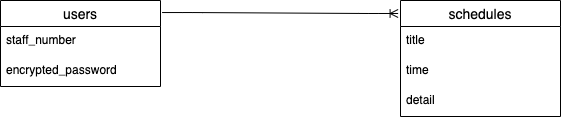
Before: er.png, a diagram exported from draw.io (tdjn6034/bs_app). Source tidied: cells renumbered, new cells last; positions are measured from the earlier drawing's top-left corner, leaving out a move shared by most shapes. Source of this version:
```xml
<mxGraphModel>
  <root>
    <mxCell id="0" />
    <mxCell id="1" parent="0" />
    <mxCell id="2" value="users" style="swimlane;fontStyle=0;horizontal=1;startSize=26;align=center;fontSize=14;" parent="1" vertex="1">
      <mxGeometry width="160" height="86" as="geometry" />
    </mxCell>
    <mxCell id="3" value="staff_number" style="text;strokeColor=none;fillColor=none;spacingLeft=4;spacingRight=4;overflow=hidden;fontSize=12;" parent="2" vertex="1">
      <mxGeometry y="26" width="160" height="30" as="geometry" />
    </mxCell>
    <mxCell id="4" value="encrypted_password" style="text;strokeColor=none;fillColor=none;spacingLeft=4;spacingRight=4;overflow=hidden;fontSize=12;" parent="2" vertex="1">
      <mxGeometry y="56" width="160" height="30" as="geometry" />
    </mxCell>
    <mxCell id="5" value="schedules" style="swimlane;fontStyle=0;horizontal=1;startSize=26;align=center;fontSize=14;" parent="1" vertex="1">
      <mxGeometry x="400" width="160" height="116" as="geometry" />
    </mxCell>
    <mxCell id="6" value="title" style="text;strokeColor=none;fillColor=none;spacingLeft=4;spacingRight=4;overflow=hidden;fontSize=12;" parent="5" vertex="1">
      <mxGeometry y="26" width="160" height="30" as="geometry" />
    </mxCell>
    <mxCell id="7" value="time" style="text;strokeColor=none;fillColor=none;spacingLeft=4;spacingRight=4;overflow=hidden;fontSize=12;" parent="5" vertex="1">
      <mxGeometry y="56" width="160" height="30" as="geometry" />
    </mxCell>
    <mxCell id="8" value="detail" style="text;strokeColor=none;fillColor=none;spacingLeft=4;spacingRight=4;overflow=hidden;fontSize=12;" parent="5" vertex="1">
      <mxGeometry y="86" width="160" height="30" as="geometry" />
    </mxCell>
    <mxCell id="9" style="edgeStyle=entityRelationEdgeStyle;fontSize=12;html=1;endArrow=ERoneToMany;exitX=1.01;exitY=0.14;exitDx=0;exitDy=0;entryX=-0.015;entryY=0.112;entryDx=0;entryDy=0;entryPerimeter=0;exitPerimeter=0;" parent="1" edge="1" source="2" target="5">
      <mxGeometry relative="1" as="geometry" />
    </mxCell>
  </root>
</mxGraphModel>
```
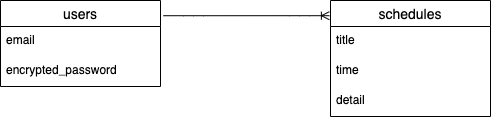
The same file after the commit.

Commit message:
ER図の描き直し

The edit, as a diff of the source:
```diff
@@ -3,28 +3,28 @@
     <mxCell id="0" />
     <mxCell id="1" parent="0" />
     <mxCell id="2" value="users" style="swimlane;fontStyle=0;horizontal=1;startSize=26;align=center;fontSize=14;" parent="1" vertex="1">
-      <mxGeometry width="160" height="86" as="geometry" />
+      <mxGeometry x="-40" y="80" width="160" height="86" as="geometry" />
     </mxCell>
+    <mxCell id="10" value="email" style="text;strokeColor=none;fillColor=none;spacingLeft=4;spacingRight=4;overflow=hidden;fontSize=12;" parent="2" vertex="1">
+      <mxGeometry y="26" width="160" height="30" as="geometry" />
+    </mxCell>
-    <mxCell id="3" value="staff_number" style="text;strokeColor=none;fillColor=none;spacingLeft=4;spacingRight=4;overflow=hidden;fontSize=12;" parent="2" vertex="1">
-      <mxGeometry y="26" width="160" height="30" as="geometry" />
+    <mxCell id="3" value="encrypted_password" style="text;strokeColor=none;fillColor=none;spacingLeft=4;spacingRight=4;overflow=hidden;fontSize=12;" parent="2" vertex="1">
+      <mxGeometry y="56" width="160" height="30" as="geometry" />
     </mxCell>
-    <mxCell id="4" value="encrypted_password" style="text;strokeColor=none;fillColor=none;spacingLeft=4;spacingRight=4;overflow=hidden;fontSize=12;" parent="2" vertex="1">
-      <mxGeometry y="56" width="160" height="30" as="geometry" />
-    </mxCell>
     <mxCell id="5" value="schedules" style="swimlane;fontStyle=0;horizontal=1;startSize=26;align=center;fontSize=14;" parent="1" vertex="1">
-      <mxGeometry x="400" width="160" height="116" as="geometry" />
+      <mxGeometry x="290" y="80" width="160" height="116" as="geometry" />
     </mxCell>
+    <mxCell id="11" value="title" style="text;strokeColor=none;fillColor=none;spacingLeft=4;spacingRight=4;overflow=hidden;fontSize=12;" parent="5" vertex="1">
+      <mxGeometry y="26" width="160" height="30" as="geometry" />
+    </mxCell>
-    <mxCell id="6" value="title" style="text;strokeColor=none;fillColor=none;spacingLeft=4;spacingRight=4;overflow=hidden;fontSize=12;" parent="5" vertex="1">
-      <mxGeometry y="26" width="160" height="30" as="geometry" />
+    <mxCell id="6" value="time" style="text;strokeColor=none;fillColor=none;spacingLeft=4;spacingRight=4;overflow=hidden;fontSize=12;" parent="5" vertex="1">
+      <mxGeometry y="56" width="160" height="30" as="geometry" />
     </mxCell>
-    <mxCell id="7" value="time" style="text;strokeColor=none;fillColor=none;spacingLeft=4;spacingRight=4;overflow=hidden;fontSize=12;" parent="5" vertex="1">
-      <mxGeometry y="56" width="160" height="30" as="geometry" />
+    <mxCell id="7" value="detail" style="text;strokeColor=none;fillColor=none;spacingLeft=4;spacingRight=4;overflow=hidden;fontSize=12;" parent="5" vertex="1">
+      <mxGeometry y="86" width="160" height="30" as="geometry" />
     </mxCell>
-    <mxCell id="8" value="detail" style="text;strokeColor=none;fillColor=none;spacingLeft=4;spacingRight=4;overflow=hidden;fontSize=12;" parent="5" vertex="1">
-      <mxGeometry y="86" width="160" height="30" as="geometry" />
-    </mxCell>
-    <mxCell id="9" style="edgeStyle=entityRelationEdgeStyle;fontSize=12;html=1;endArrow=ERoneToMany;exitX=1.01;exitY=0.14;exitDx=0;exitDy=0;entryX=-0.015;entryY=0.112;entryDx=0;entryDy=0;entryPerimeter=0;exitPerimeter=0;" parent="1" edge="1" source="2" target="5">
-      <mxGeometry relative="1" as="geometry" />
-    </mxCell>
+    <mxCell id="4" style="edgeStyle=entityRelationEdgeStyle;fontSize=12;html=1;endArrow=ERoneToMany;exitX=1.018;exitY=0.177;exitDx=0;exitDy=0;exitPerimeter=0;entryX=-0.007;entryY=0.131;entryDx=0;entryDy=0;entryPerimeter=0;" parent="1" edge="1" source="2" target="5">
+      <mxGeometry relative="1" as="geometry" />
+    </mxCell>
   </root>
 </mxGraphModel>
```
